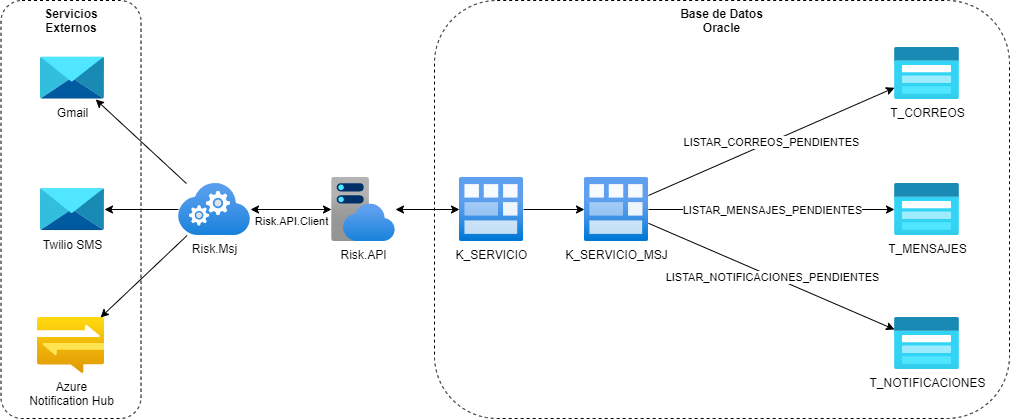
Earlier version of the draw.io export docs/architecture/Msj.png (jtsoya539/risk). Source tidied: cells renumbered, new cells last; positions are measured from the earlier drawing's top-left corner, leaving out a move shared by most shapes. Source of this version:
```xml
<mxGraphModel>
  <root>
    <mxCell id="0" />
    <mxCell id="1" parent="0" />
    <mxCell id="2" value="Base de Datos&lt;br&gt;Oracle" style="rounded=1;whiteSpace=wrap;html=1;fillColor=none;dashed=1;verticalAlign=top;fontStyle=1;" parent="1" vertex="1">
      <mxGeometry x="433" width="575" height="418" as="geometry" />
    </mxCell>
    <mxCell id="3" value="&lt;span style=&quot;font-size: 12px&quot;&gt;T_MENSAJES&lt;br&gt;&lt;/span&gt;" style="html=1;points=[];align=center;image;fontSize=12;image=img/lib/azure2/storage/Storage_Accounts_Classic.svg;" parent="1" vertex="1">
      <mxGeometry x="893" y="183" width="65" height="52" as="geometry" />
    </mxCell>
    <mxCell id="4" value="&lt;span style=&quot;font-size: 12px&quot;&gt;T_NOTIFICACIONES&lt;/span&gt;" style="html=1;points=[];align=center;image;fontSize=12;image=img/lib/azure2/storage/Storage_Accounts_Classic.svg;" parent="1" vertex="1">
      <mxGeometry x="893" y="317" width="65" height="52" as="geometry" />
    </mxCell>
    <mxCell id="5" value="&lt;span style=&quot;font-size: 12px&quot;&gt;T_CORREOS&lt;br&gt;&lt;/span&gt;" style="html=1;points=[];align=center;image;fontSize=12;image=img/lib/azure2/storage/Storage_Accounts_Classic.svg;" parent="1" vertex="1">
      <mxGeometry x="893" y="47" width="65" height="52" as="geometry" />
    </mxCell>
    <mxCell id="6" value="&lt;span style=&quot;font-size: 12px&quot;&gt;K_SERVICIO_MSJ&lt;/span&gt;" style="html=1;points=[];align=center;image;fontSize=12;image=img/lib/azure2/general/Module.svg;" parent="1" vertex="1">
      <mxGeometry x="583" y="177" width="64" height="64" as="geometry" />
    </mxCell>
    <mxCell id="7" value="&lt;span style=&quot;font-size: 12px&quot;&gt;K_SERVICIO&lt;/span&gt;" style="html=1;points=[];align=center;image;fontSize=12;image=img/lib/azure2/general/Module.svg;" parent="1" vertex="1">
      <mxGeometry x="458" y="177" width="64" height="64" as="geometry" />
    </mxCell>
    <mxCell id="8" style="endArrow=classic;html=1;" parent="1" edge="1" source="6" target="3">
      <mxGeometry relative="1" as="geometry" />
    </mxCell>
    <mxCell id="9" value="LISTAR_MENSAJES_PENDIENTES" style="edgeLabel;html=1;align=center;verticalAlign=middle;" parent="8" vertex="1">
      <mxGeometry relative="1" as="geometry" />
    </mxCell>
    <mxCell id="10" style="endArrow=classic;html=1;" parent="1" edge="1" source="6" target="5">
      <mxGeometry relative="1" as="geometry" />
    </mxCell>
    <mxCell id="11" value="LISTAR_CORREOS_PENDIENTES" style="edgeLabel;html=1;align=center;verticalAlign=middle;" parent="10" vertex="1">
      <mxGeometry relative="1" as="geometry" />
    </mxCell>
    <mxCell id="12" style="endArrow=classic;html=1;" parent="1" edge="1" source="6" target="4">
      <mxGeometry relative="1" as="geometry" />
    </mxCell>
    <mxCell id="13" value="LISTAR_NOTIFICACIONES_PENDIENTES" style="edgeLabel;html=1;align=center;verticalAlign=middle;" parent="12" vertex="1">
      <mxGeometry relative="1" as="geometry" />
    </mxCell>
    <mxCell id="14" style="endArrow=classic;html=1;" parent="1" edge="1" source="7" target="6">
      <mxGeometry relative="1" as="geometry" />
    </mxCell>
    <mxCell id="15" value="&lt;span style=&quot;font-size: 12px&quot;&gt;Azure&lt;br&gt;Notification&amp;nbsp;Hub&lt;/span&gt;" style="html=1;points=[];align=center;image;fontSize=12;image=img/lib/azure2/web/Notification_Hub_Namespaces.svg;" parent="1" vertex="1">
      <mxGeometry x="36" y="317" width="67" height="56" as="geometry" />
    </mxCell>
    <mxCell id="16" value="&lt;span style=&quot;font-size: 12px&quot;&gt;Gmail&lt;/span&gt;" style="html=1;points=[];align=center;image;fontSize=12;image=img/lib/azure2/storage/Data_Share_Invitations.svg;" parent="1" vertex="1">
      <mxGeometry x="39" y="56" width="64" height="43" as="geometry" />
    </mxCell>
    <mxCell id="17" value="&lt;span style=&quot;font-size: 12px&quot;&gt;Twilio SMS&lt;/span&gt;" style="html=1;points=[];align=center;image;fontSize=12;image=img/lib/azure2/storage/Data_Share_Invitations.svg;" parent="1" vertex="1">
      <mxGeometry x="39" y="187.5" width="64" height="43" as="geometry" />
    </mxCell>
    <mxCell id="18" value="&lt;span style=&quot;font-size: 12px&quot;&gt;Risk.Msj&lt;/span&gt;" style="html=1;points=[];align=center;image;fontSize=12;image=img/lib/azure2/compute/Cloud_Services_Classic.svg;" parent="1" vertex="1">
      <mxGeometry x="177" y="183" width="72" height="52" as="geometry" />
    </mxCell>
    <mxCell id="19" style="endArrow=classic;html=1;" parent="1" edge="1" source="18" target="17">
      <mxGeometry relative="1" as="geometry" />
    </mxCell>
    <mxCell id="20" style="endArrow=classic;html=1;" parent="1" edge="1" source="18" target="16">
      <mxGeometry relative="1" as="geometry" />
    </mxCell>
    <mxCell id="21" style="endArrow=classic;html=1;" parent="1" edge="1" source="18" target="15">
      <mxGeometry relative="1" as="geometry" />
    </mxCell>
    <mxCell id="22" style="endArrow=classic;startArrow=classic;html=1;" parent="1" edge="1" source="24" target="7">
      <mxGeometry relative="1" as="geometry" />
    </mxCell>
    <mxCell id="23" value="Servicios&lt;br&gt;Externos" style="rounded=1;whiteSpace=wrap;html=1;fillColor=none;dashed=1;verticalAlign=top;fontStyle=1;" parent="1" vertex="1">
      <mxGeometry x="-0.5" width="140" height="418" as="geometry" />
    </mxCell>
    <mxCell id="24" value="&lt;span style=&quot;font-size: 12px&quot;&gt;Risk.API&lt;/span&gt;" style="html=1;points=[];align=center;image;fontSize=12;image=img/lib/azure2/app_services/App_Service_Plans.svg;" parent="1" vertex="1">
      <mxGeometry x="330" y="177" width="64" height="64" as="geometry" />
    </mxCell>
    <mxCell id="25" style="endArrow=classic;startArrow=classic;html=1;" parent="1" edge="1" source="18" target="24">
      <mxGeometry relative="1" as="geometry" />
    </mxCell>
    <mxCell id="26" value="Risk.API.Client" style="edgeLabel;html=1;align=center;verticalAlign=top;" parent="25" vertex="1">
      <mxGeometry x="0.37" y="1" relative="1" as="geometry">
        <mxPoint x="-15" as="offset" />
      </mxGeometry>
    </mxCell>
  </root>
</mxGraphModel>
```
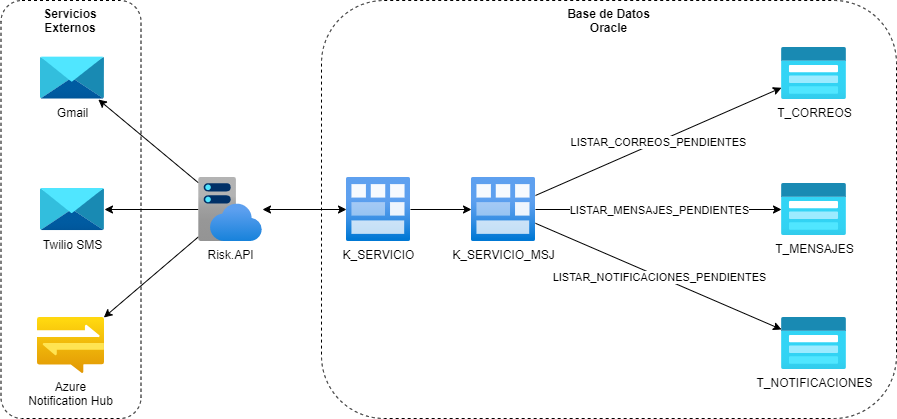
The same file after the commit.

Diff of the diagram source:
```diff
@@ -42,42 +42,31 @@
       <mxGeometry relative="1" as="geometry" />
     </mxCell>
     <mxCell id="15" value="&lt;span style=&quot;font-size: 12px&quot;&gt;Azure&lt;br&gt;Notification&amp;nbsp;Hub&lt;/span&gt;" style="html=1;points=[];align=center;image;fontSize=12;image=img/lib/azure2/web/Notification_Hub_Namespaces.svg;" parent="1" vertex="1">
-      <mxGeometry x="36" y="317" width="67" height="56" as="geometry" />
+      <mxGeometry x="149" y="317" width="67" height="56" as="geometry" />
     </mxCell>
     <mxCell id="16" value="&lt;span style=&quot;font-size: 12px&quot;&gt;Gmail&lt;/span&gt;" style="html=1;points=[];align=center;image;fontSize=12;image=img/lib/azure2/storage/Data_Share_Invitations.svg;" parent="1" vertex="1">
-      <mxGeometry x="39" y="56" width="64" height="43" as="geometry" />
+      <mxGeometry x="152" y="56" width="64" height="43" as="geometry" />
     </mxCell>
     <mxCell id="17" value="&lt;span style=&quot;font-size: 12px&quot;&gt;Twilio SMS&lt;/span&gt;" style="html=1;points=[];align=center;image;fontSize=12;image=img/lib/azure2/storage/Data_Share_Invitations.svg;" parent="1" vertex="1">
-      <mxGeometry x="39" y="187.5" width="64" height="43" as="geometry" />
+      <mxGeometry x="152" y="187.5" width="64" height="43" as="geometry" />
     </mxCell>
-    <mxCell id="18" value="&lt;span style=&quot;font-size: 12px&quot;&gt;Risk.Msj&lt;/span&gt;" style="html=1;points=[];align=center;image;fontSize=12;image=img/lib/azure2/compute/Cloud_Services_Classic.svg;" parent="1" vertex="1">
-      <mxGeometry x="177" y="183" width="72" height="52" as="geometry" />
-    </mxCell>
-    <mxCell id="19" style="endArrow=classic;html=1;" parent="1" edge="1" source="18" target="17">
+    <mxCell id="19" style="endArrow=classic;html=1;" parent="1" edge="1" source="24" target="17">
       <mxGeometry relative="1" as="geometry" />
     </mxCell>
-    <mxCell id="20" style="endArrow=classic;html=1;" parent="1" edge="1" source="18" target="16">
+    <mxCell id="20" style="endArrow=classic;html=1;" parent="1" edge="1" source="24" target="16">
       <mxGeometry relative="1" as="geometry" />
     </mxCell>
-    <mxCell id="21" style="endArrow=classic;html=1;" parent="1" edge="1" source="18" target="15">
+    <mxCell id="21" style="endArrow=classic;html=1;" parent="1" edge="1" source="24" target="15">
       <mxGeometry relative="1" as="geometry" />
     </mxCell>
     <mxCell id="22" style="endArrow=classic;startArrow=classic;html=1;" parent="1" edge="1" source="24" target="7">
       <mxGeometry relative="1" as="geometry" />
     </mxCell>
     <mxCell id="23" value="Servicios&lt;br&gt;Externos" style="rounded=1;whiteSpace=wrap;html=1;fillColor=none;dashed=1;verticalAlign=top;fontStyle=1;" parent="1" vertex="1">
-      <mxGeometry x="-0.5" width="140" height="418" as="geometry" />
+      <mxGeometry x="112.5" width="140" height="418" as="geometry" />
     </mxCell>
     <mxCell id="24" value="&lt;span style=&quot;font-size: 12px&quot;&gt;Risk.API&lt;/span&gt;" style="html=1;points=[];align=center;image;fontSize=12;image=img/lib/azure2/app_services/App_Service_Plans.svg;" parent="1" vertex="1">
-      <mxGeometry x="330" y="177" width="64" height="64" as="geometry" />
+      <mxGeometry x="310" y="177" width="64" height="64" as="geometry" />
     </mxCell>
-    <mxCell id="25" style="endArrow=classic;startArrow=classic;html=1;" parent="1" edge="1" source="18" target="24">
-      <mxGeometry relative="1" as="geometry" />
-    </mxCell>
-    <mxCell id="26" value="Risk.API.Client" style="edgeLabel;html=1;align=center;verticalAlign=top;" parent="25" vertex="1">
-      <mxGeometry x="0.37" y="1" relative="1" as="geometry">
-        <mxPoint x="-15" as="offset" />
-      </mxGeometry>
-    </mxCell>
   </root>
 </mxGraphModel>
```
